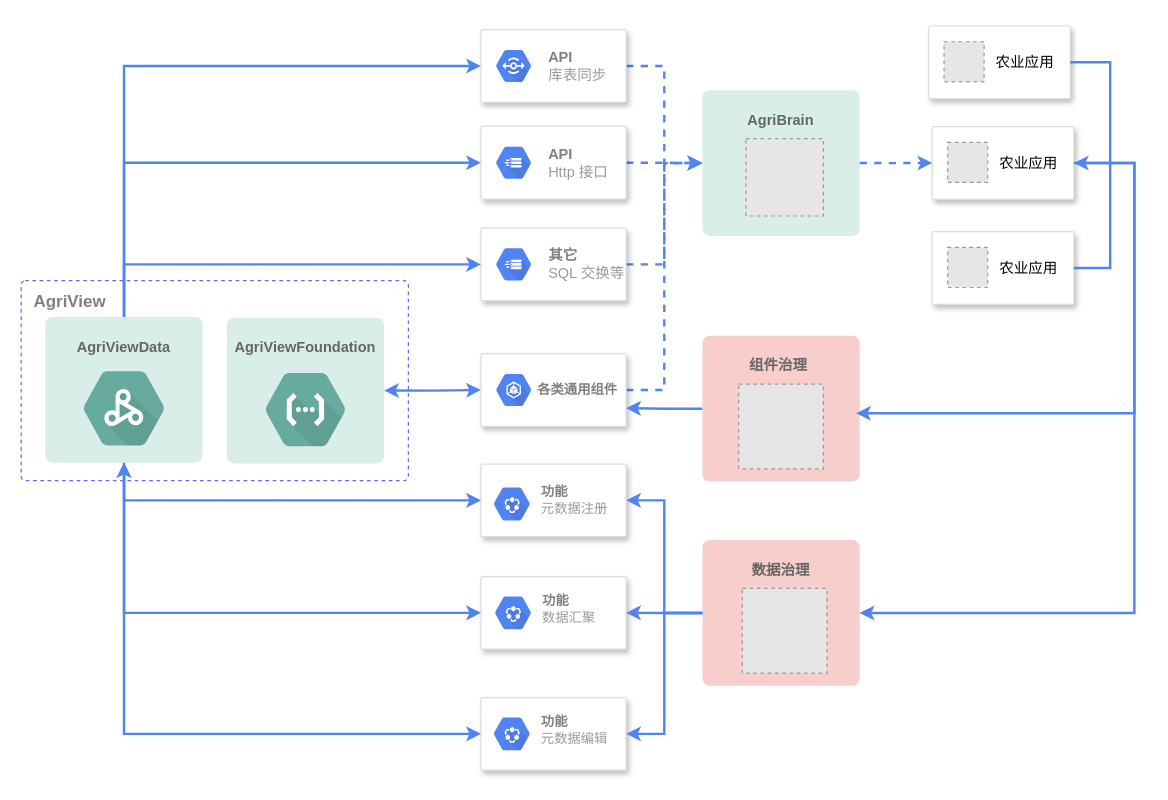
Before: page "Page-10" (10 of 10) of agriview.drawio in GISering/diagram, a draw.io diagram. Source tidied: cells renumbered, new cells numbered last; positions are measured from the earlier drawing's top-left corner, leaving out a move shared by most shapes. Both pictures are drawn from the tidied source at 121%, with x=0, y=0 at pixel (21, 25). Pictures stored in the file or linked from it are replaced by grey dashed boxes.
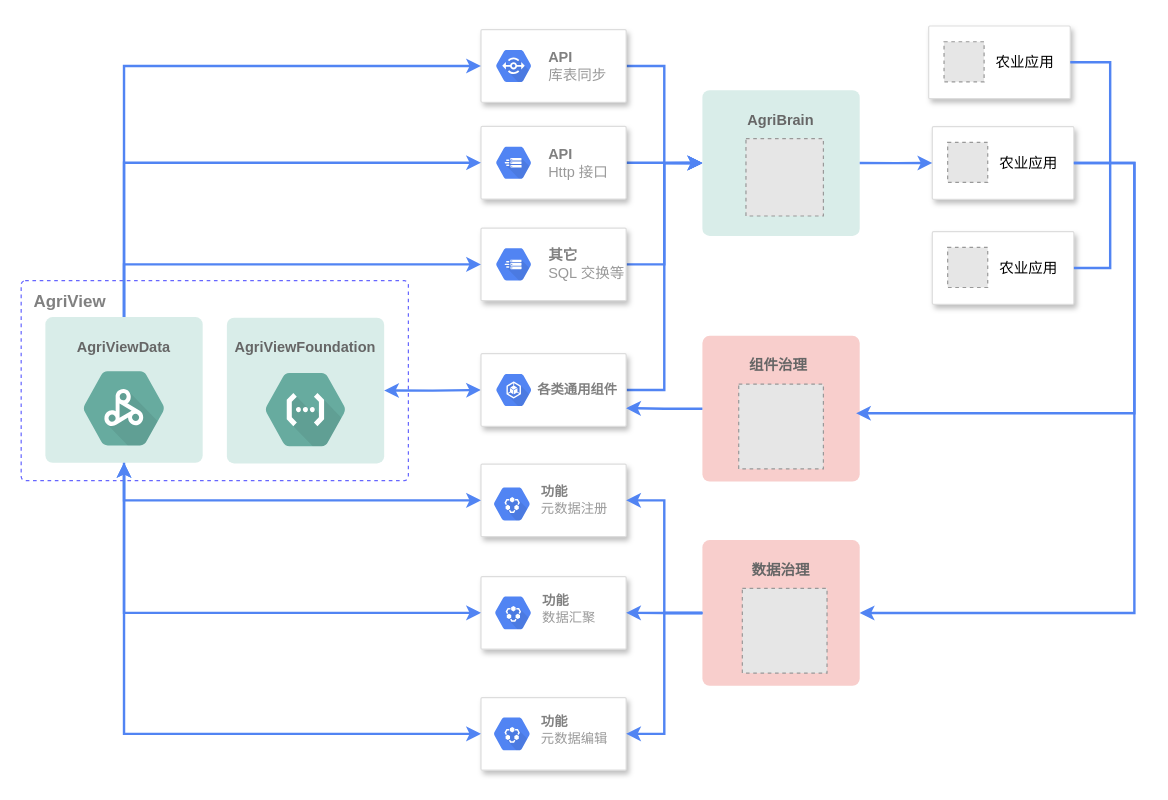
Above is the later version.

Commit message:
agribrain 箭头指向问题修改

Unchanged cells that the change refers to:
```xml
<mxCell id="3" style="strokeColor=#dddddd;shadow=1;strokeWidth=1;rounded=1;absoluteArcSize=1;arcSize=2;fontSize=12;fontColor=#000000;fillColor=#FFFFFF;" parent="1" vertex="1">
  <mxGeometry x="380" y="3" width="120" height="60" as="geometry" />
</mxCell>
<mxCell id="6" style="strokeColor=#dddddd;shadow=1;strokeWidth=1;rounded=1;absoluteArcSize=1;arcSize=2;fontSize=12;fontColor=#666666;fillColor=#FFFFFF;" parent="1" vertex="1">
  <mxGeometry x="380" y="83" width="120" height="60" as="geometry" />
</mxCell>
<mxCell id="9" style="strokeColor=#dddddd;shadow=1;strokeWidth=1;rounded=1;absoluteArcSize=1;arcSize=2;fontSize=12;fontColor=#666666;fillColor=#FFFFFF;" parent="1" vertex="1">
  <mxGeometry x="380" y="167" width="120" height="60" as="geometry" />
</mxCell>
<mxCell id="21" style="rounded=1;whiteSpace=wrap;html=1;shadow=0;fontColor=#808080;strokeColor=none;fillColor=#D9EDE9;arcSize=5;" parent="20" vertex="1">
  <mxGeometry width="130" height="120.5" as="geometry" />
</mxCell>
<mxCell id="25" style="strokeColor=#dddddd;shadow=1;strokeWidth=1;rounded=1;absoluteArcSize=1;arcSize=2;fontSize=12;fontColor=#000000;fillColor=#FFFFFF;" parent="24" vertex="1">
  <mxGeometry width="117" height="60" as="geometry" />
</mxCell>
<mxCell id="59" style="strokeColor=#dddddd;shadow=1;strokeWidth=1;rounded=1;absoluteArcSize=1;arcSize=2;fontSize=12;fontColor=#666666;fillColor=#FFFFFF;" parent="58" vertex="1">
  <mxGeometry width="120" height="60" as="geometry" />
</mxCell>
```

Change to the diagram source:
```diff
@@
-    <mxCell id="2" style="edgeStyle=orthogonalEdgeStyle;rounded=0;jettySize=auto;html=1;exitX=1;exitY=0.5;exitDx=0;exitDy=0;entryX=0;entryY=0.5;entryDx=0;entryDy=0;fontColor=#67AB9F;strokeColor=#5184F3;strokeWidth=2;dashed=1;" parent="1" edge="1" source="3" target="21">
+    <mxCell id="2" style="edgeStyle=orthogonalEdgeStyle;rounded=0;jettySize=auto;html=1;exitX=1;exitY=0.5;exitDx=0;exitDy=0;entryX=0;entryY=0.5;entryDx=0;entryDy=0;fontColor=#67AB9F;strokeColor=#5184F3;strokeWidth=2;" parent="1" edge="1" source="3" target="21">
       <mxGeometry relative="1" as="geometry" />
     </mxCell>
@@
-    <mxCell id="5" style="edgeStyle=orthogonalEdgeStyle;rounded=0;jettySize=auto;html=1;exitX=1;exitY=0.5;exitDx=0;exitDy=0;fontColor=#67AB9F;strokeColor=#5184F3;strokeWidth=2;entryX=0;entryY=0.5;entryDx=0;entryDy=0;dashed=1;" parent="1" edge="1" source="6" target="21">
+    <mxCell id="5" style="edgeStyle=orthogonalEdgeStyle;rounded=0;jettySize=auto;html=1;exitX=1;exitY=0.5;exitDx=0;exitDy=0;fontColor=#67AB9F;strokeColor=#5184F3;strokeWidth=2;entryX=0;entryY=0.5;entryDx=0;entryDy=0;" parent="1" edge="1" source="6" target="21">
       <mxGeometry relative="1" as="geometry" />
     </mxCell>
@@
-    <mxCell id="8" style="edgeStyle=orthogonalEdgeStyle;rounded=0;jettySize=auto;html=1;exitX=1;exitY=0.5;exitDx=0;exitDy=0;entryX=0;entryY=0.5;entryDx=0;entryDy=0;fontColor=#67AB9F;strokeColor=#5184F3;strokeWidth=2;dashed=1;" parent="1" edge="1" source="9" target="21">
+    <mxCell id="8" style="edgeStyle=orthogonalEdgeStyle;rounded=0;jettySize=auto;html=1;exitX=1;exitY=0.5;exitDx=0;exitDy=0;entryX=0;entryY=0.5;entryDx=0;entryDy=0;fontColor=#67AB9F;strokeColor=#5184F3;strokeWidth=2;" parent="1" edge="1" source="9" target="21">
       <mxGeometry relative="1" as="geometry" />
     </mxCell>
@@
-    <mxCell id="27" style="edgeStyle=orthogonalEdgeStyle;rounded=0;jettySize=auto;html=1;exitX=1;exitY=0.5;exitDx=0;exitDy=0;entryX=0;entryY=0.5;entryDx=0;entryDy=0;dashed=1;fontColor=#67AB9F;strokeColor=#5184F3;strokeWidth=2;" parent="1" edge="1" source="21" target="25">
+    <mxCell id="27" style="edgeStyle=orthogonalEdgeStyle;rounded=0;jettySize=auto;html=1;exitX=1;exitY=0.5;exitDx=0;exitDy=0;entryX=0;entryY=0.5;entryDx=0;entryDy=0;fontColor=#67AB9F;strokeColor=#5184F3;strokeWidth=2;" parent="1" edge="1" source="21" target="25">
       <mxGeometry relative="1" as="geometry" />
     </mxCell>
@@
-    <mxCell id="56" style="edgeStyle=orthogonalEdgeStyle;rounded=0;jettySize=auto;html=1;exitX=1;exitY=0.5;exitDx=0;exitDy=0;entryX=0;entryY=0.5;entryDx=0;entryDy=0;strokeColor=#5184F3;strokeWidth=2;dashed=1;" parent="1" edge="1" source="59" target="21">
+    <mxCell id="56" style="edgeStyle=orthogonalEdgeStyle;rounded=0;jettySize=auto;html=1;exitX=1;exitY=0.5;exitDx=0;exitDy=0;entryX=0;entryY=0.5;entryDx=0;entryDy=0;strokeColor=#5184F3;strokeWidth=2;" parent="1" edge="1" source="59" target="21">
       <mxGeometry relative="1" as="geometry" />
     </mxCell>
@@
-    <mxCell id="65" style="edgeStyle=orthogonalEdgeStyle;rounded=0;jettySize=auto;html=1;exitX=1;exitY=0.5;exitDx=0;exitDy=0;fontSize=14;fontColor=#F8CECC;startArrow=classic;startFill=1;strokeColor=#5184F3;strokeWidth=2;" parent="1" edge="1" source="25">
+    <mxCell id="65" style="edgeStyle=orthogonalEdgeStyle;rounded=0;jettySize=auto;html=1;exitX=1;exitY=0.5;exitDx=0;exitDy=0;fontSize=14;fontColor=#F8CECC;startArrow=none;startFill=0;strokeColor=#5184F3;strokeWidth=2;" parent="1" edge="1" source="25">
       <mxGeometry relative="1" as="geometry">
         <mxPoint x="690" y="320" as="targetPoint" />
         <Array as="points">
           <mxPoint x="920" y="113" />
           <mxPoint x="920" y="320" />
           <mxPoint x="690" y="320" />
         </Array>
       </mxGeometry>
     </mxCell>
```
